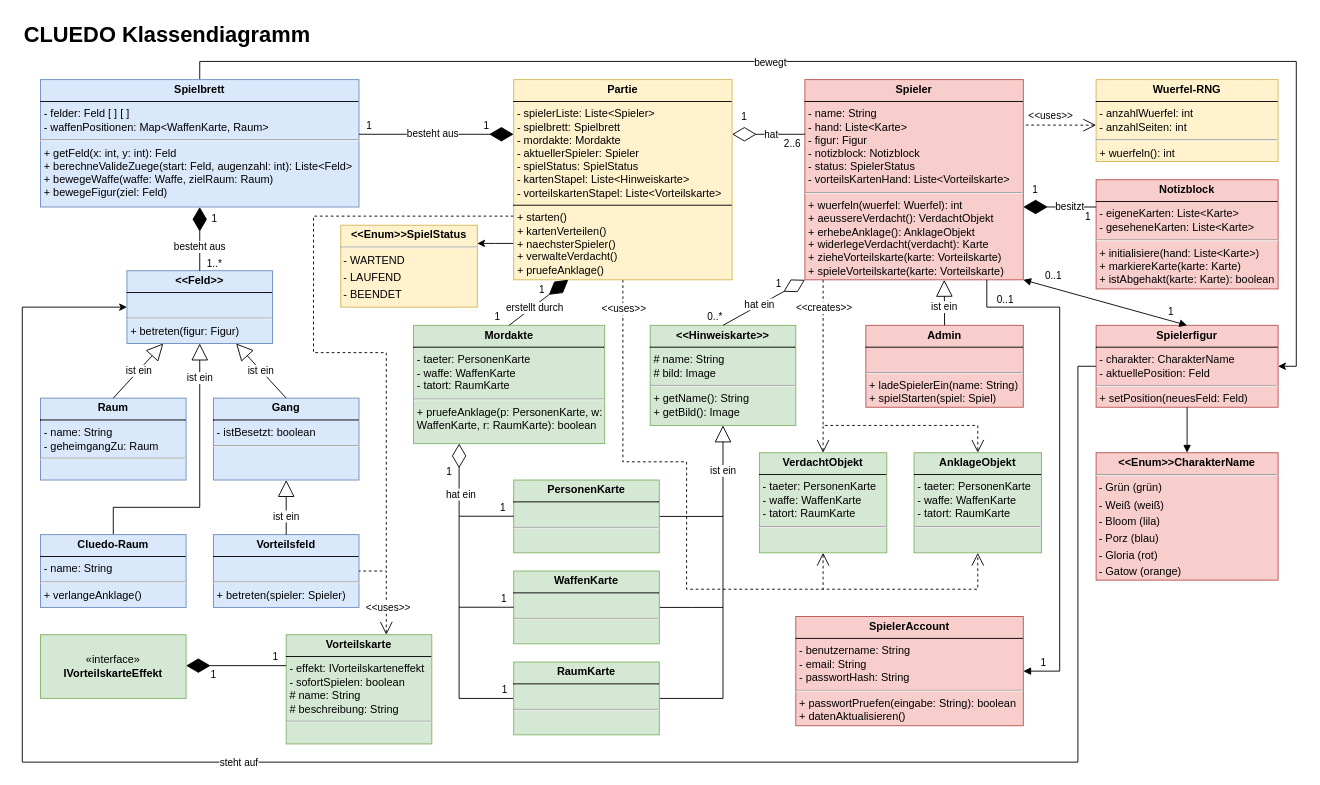
Above: docs/class-diagram/CD_ClassDiagram_Final.drawio in 0ezzi/Cluedo_Software_Engineering (draw.io), before the change. Source tidied: cells renumbered, new cells numbered last; positions are measured from the earlier drawing's top-left corner, leaving out a move shared by most shapes. Both pictures are drawn from the tidied source at 91%, with x=0, y=0 at pixel (22, 15).
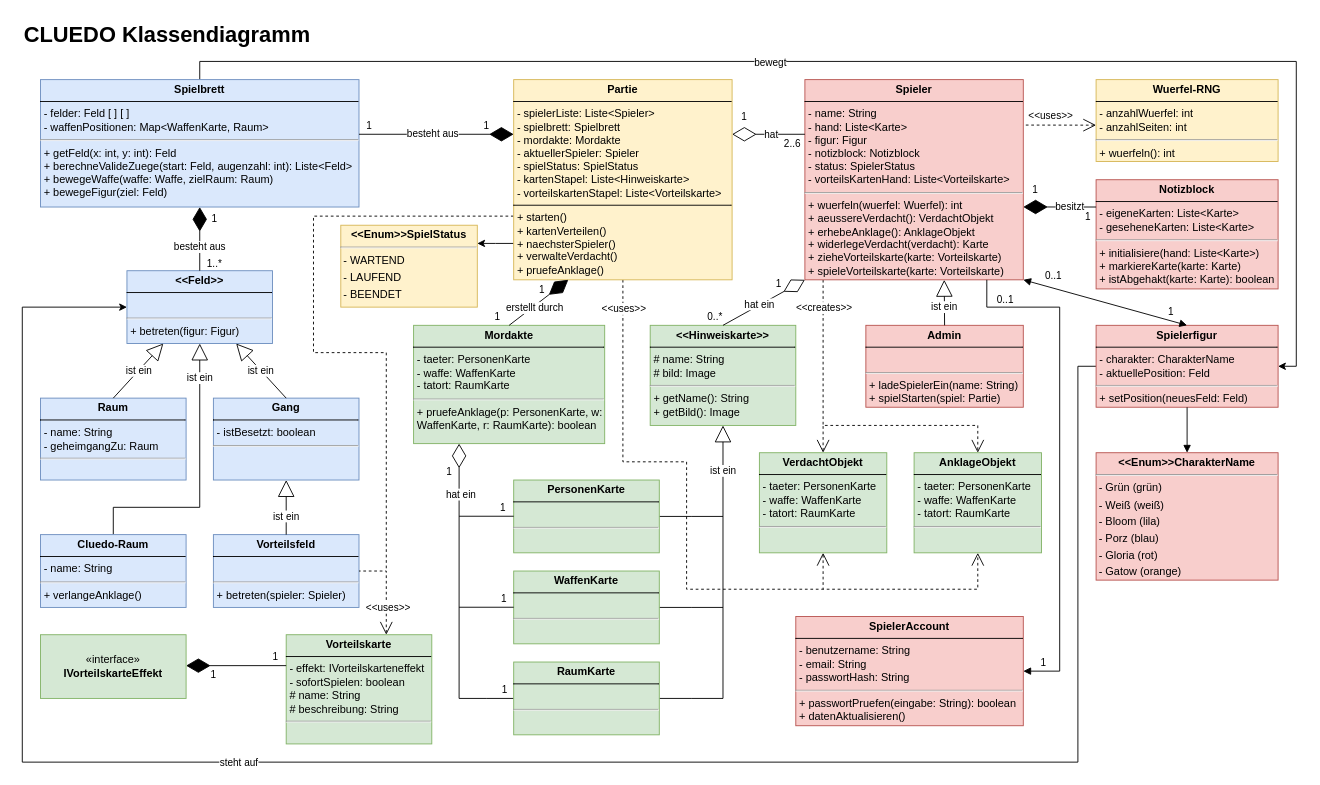
The same diagram, later.

Diff of the diagram source:
```diff
@@
-    <mxCell id="10" value="&lt;p style=&quot;margin:0px;margin-top:4px;text-align:center;&quot;&gt;&lt;b&gt;Admin&lt;/b&gt;&lt;/p&gt;&lt;hr size=&quot;1&quot; style=&quot;border-style:solid;&quot;&gt;&lt;p style=&quot;margin:0px;margin-left:4px;&quot;&gt;&lt;br&gt;&lt;/p&gt;&lt;hr&gt;&lt;p style=&quot;margin:0px;margin-left:4px;&quot;&gt;+ ladeSpielerEin(name: String)&lt;/p&gt;&lt;p style=&quot;margin:0px;margin-left:4px;&quot;&gt;+ spielStarten(spiel: Spiel)&lt;/p&gt;" style="verticalAlign=top;align=left;overflow=fill;html=1;whiteSpace=wrap;fillColor=#f8cecc;strokeColor=#b85450;" parent="1" vertex="1">
+    <mxCell id="10" value="&lt;p style=&quot;margin:0px;margin-top:4px;text-align:center;&quot;&gt;&lt;b&gt;Admin&lt;/b&gt;&lt;/p&gt;&lt;hr size=&quot;1&quot; style=&quot;border-style:solid;&quot;&gt;&lt;p style=&quot;margin:0px;margin-left:4px;&quot;&gt;&lt;br&gt;&lt;/p&gt;&lt;hr&gt;&lt;p style=&quot;margin:0px;margin-left:4px;&quot;&gt;+ ladeSpielerEin(name: String)&lt;/p&gt;&lt;p style=&quot;margin:0px;margin-left:4px;&quot;&gt;+ spielStarten(spiel: Partie)&lt;/p&gt;" style="verticalAlign=top;align=left;overflow=fill;html=1;whiteSpace=wrap;fillColor=#f8cecc;strokeColor=#b85450;" parent="1" vertex="1">
       <mxGeometry x="927" y="340" width="173" height="90" as="geometry" />
     </mxCell>
```
